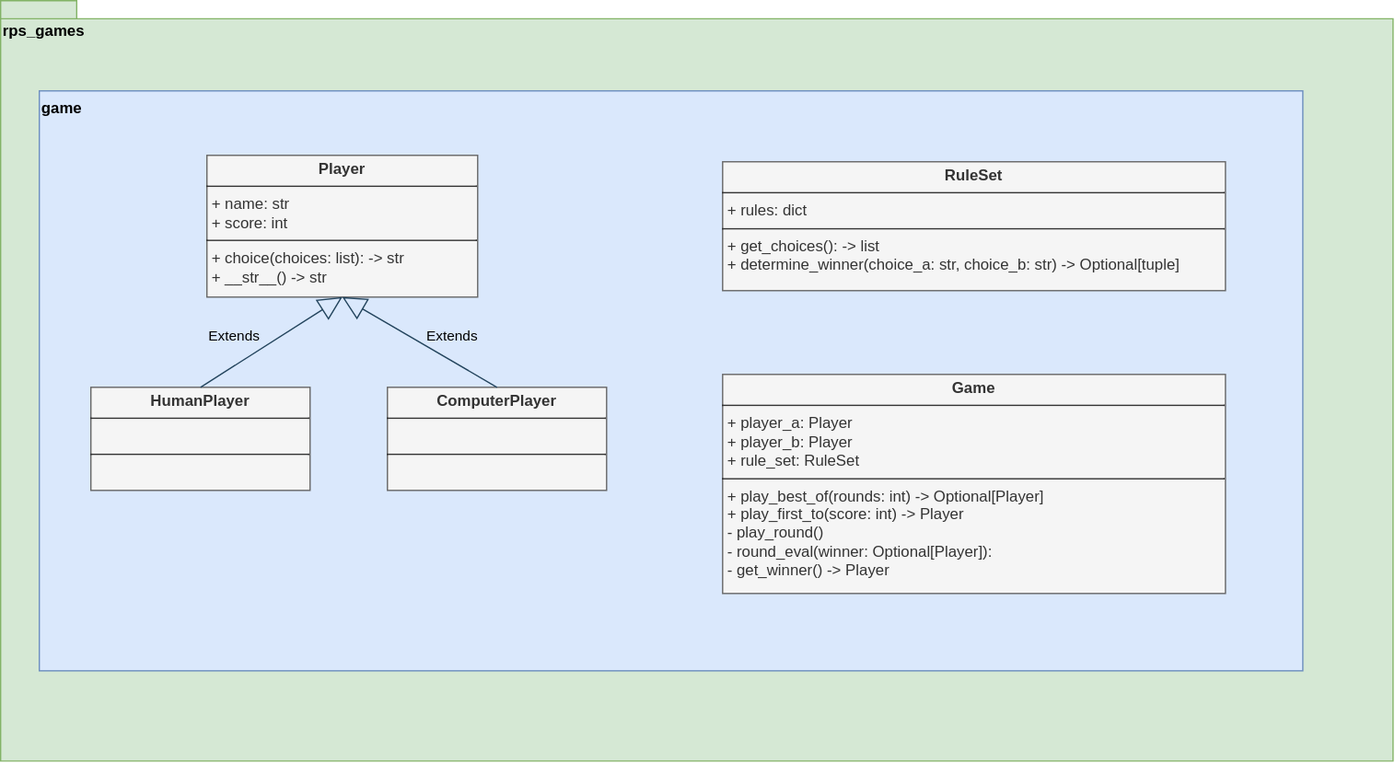
The draw.io diagram docs/diagrams/classes.svg in massimilianobotticelli/rock-paper-scissor, before a commit. Source tidied: cells renumbered, new cells last; positions are measured from the earlier drawing's top-left corner, leaving out a move shared by most shapes.
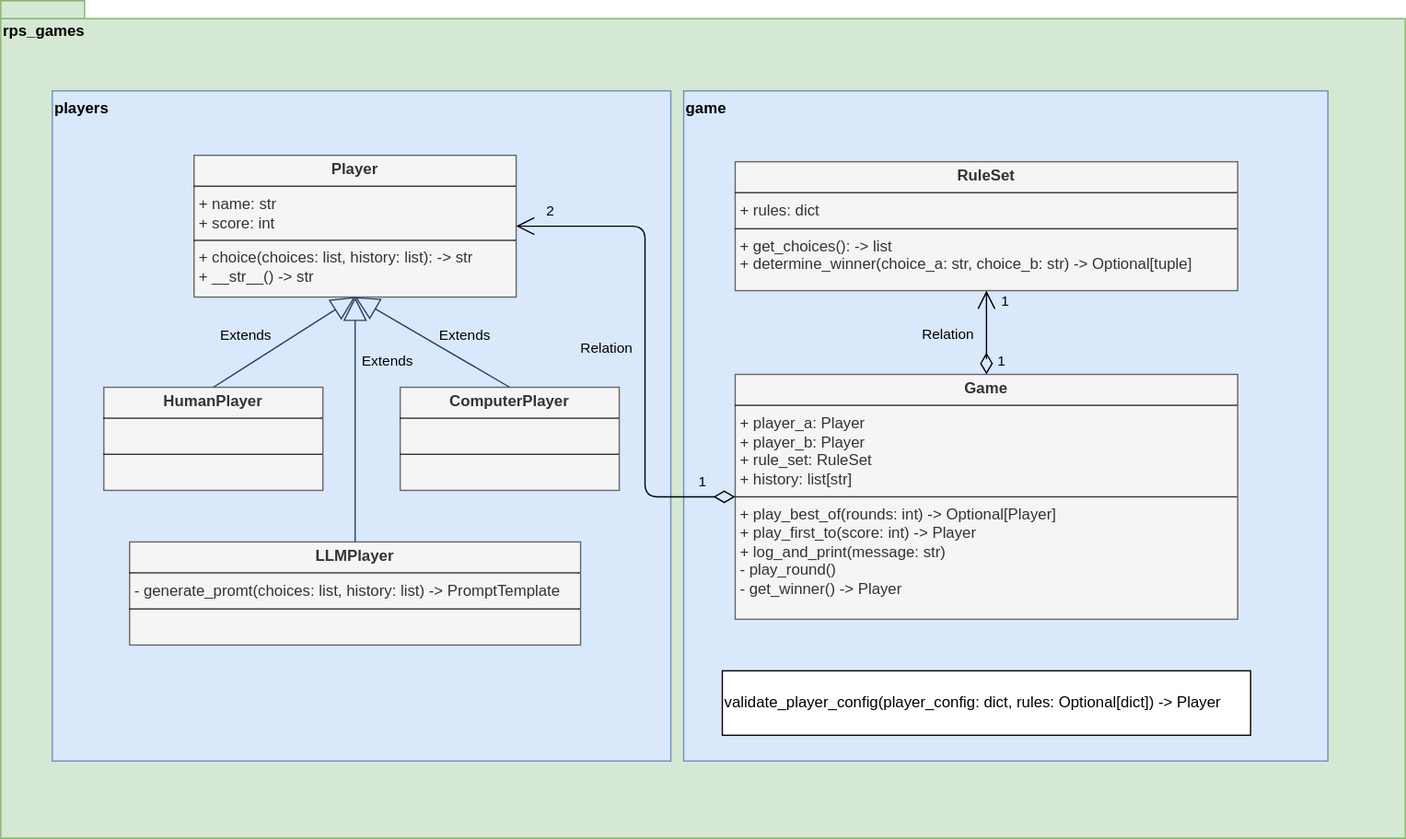
Above is the later version.

What changed in the source:
```diff
@@ -3,16 +3,19 @@
     <mxCell id="0" />
     <mxCell id="1" parent="0" />
     <mxCell id="2" value="rps_games" style="shape=folder;fontStyle=1;spacingTop=10;tabWidth=40;tabHeight=14;tabPosition=left;html=1;whiteSpace=wrap;verticalAlign=top;align=left;fillColor=#d5e8d4;strokeColor=#82b366;" parent="1" vertex="1">
-      <mxGeometry width="1080" height="590" as="geometry" />
+      <mxGeometry x="-10" width="1090" height="650" as="geometry" />
     </mxCell>
+    <mxCell id="11" value="players" style="html=1;whiteSpace=wrap;align=left;verticalAlign=top;fontStyle=1;fillColor=#dae8fc;strokeColor=#6c8ebf;" parent="1" vertex="1">
+      <mxGeometry x="30" y="70" width="480" height="520" as="geometry" />
+    </mxCell>
     <mxCell id="3" value="game" style="html=1;whiteSpace=wrap;align=left;verticalAlign=top;fontStyle=1;fillColor=#dae8fc;strokeColor=#6c8ebf;" parent="1" vertex="1">
-      <mxGeometry x="30" y="70" width="980" height="450" as="geometry" />
+      <mxGeometry x="520" y="70" width="500" height="520" as="geometry" />
     </mxCell>
     <mxCell id="4" value="&lt;p style=&quot;margin:0px;margin-top:4px;text-align:center;&quot;&gt;&lt;b&gt;RuleSet&lt;/b&gt;&lt;/p&gt;&lt;hr size=&quot;1&quot; style=&quot;border-style:solid;&quot;&gt;&lt;p style=&quot;margin:0px;margin-left:4px;&quot;&gt;+ rules: dict&lt;/p&gt;&lt;hr size=&quot;1&quot; style=&quot;border-style:solid;&quot;&gt;&lt;p style=&quot;margin:0px;margin-left:4px;&quot;&gt;+ get_choices(): -&amp;gt; list&lt;/p&gt;&lt;p style=&quot;margin:0px;margin-left:4px;&quot;&gt;+ determine_winner(choice_a: str, choice_b: str) -&amp;gt; Optional[tuple]&lt;/p&gt;" style="verticalAlign=top;align=left;overflow=fill;html=1;whiteSpace=wrap;fillColor=#f5f5f5;strokeColor=#666666;fontColor=#333333;" parent="1" vertex="1">
       <mxGeometry x="560" y="125" width="390" height="100" as="geometry" />
     </mxCell>
-    <mxCell id="5" value="&lt;p style=&quot;margin:0px;margin-top:4px;text-align:center;&quot;&gt;&lt;b&gt;Player&lt;/b&gt;&lt;/p&gt;&lt;hr size=&quot;1&quot; style=&quot;border-style:solid;&quot;&gt;&lt;p style=&quot;margin:0px;margin-left:4px;&quot;&gt;+ name: str&lt;/p&gt;&lt;p style=&quot;margin:0px;margin-left:4px;&quot;&gt;+ score: int&lt;/p&gt;&lt;hr size=&quot;1&quot; style=&quot;border-style:solid;&quot;&gt;&lt;p style=&quot;margin:0px;margin-left:4px;&quot;&gt;+ choice(choices: list): -&amp;gt; str&lt;/p&gt;&lt;p style=&quot;margin:0px;margin-left:4px;&quot;&gt;+ __str__() -&amp;gt; str&lt;/p&gt;" style="verticalAlign=top;align=left;overflow=fill;html=1;whiteSpace=wrap;fillColor=#f5f5f5;strokeColor=#666666;fontColor=#333333;" parent="1" vertex="1">
-      <mxGeometry x="160" y="120" width="210" height="110" as="geometry" />
+    <mxCell id="5" value="&lt;p style=&quot;margin:0px;margin-top:4px;text-align:center;&quot;&gt;&lt;b&gt;Player&lt;/b&gt;&lt;/p&gt;&lt;hr size=&quot;1&quot; style=&quot;border-style:solid;&quot;&gt;&lt;p style=&quot;margin:0px;margin-left:4px;&quot;&gt;+ name: str&lt;/p&gt;&lt;p style=&quot;margin:0px;margin-left:4px;&quot;&gt;+ score: int&lt;/p&gt;&lt;hr size=&quot;1&quot; style=&quot;border-style:solid;&quot;&gt;&lt;p style=&quot;margin:0px;margin-left:4px;&quot;&gt;+ choice(choices: list, history: list): -&amp;gt; str&lt;/p&gt;&lt;p style=&quot;margin:0px;margin-left:4px;&quot;&gt;+ __str__() -&amp;gt; str&lt;/p&gt;" style="verticalAlign=top;align=left;overflow=fill;html=1;whiteSpace=wrap;fillColor=#f5f5f5;strokeColor=#666666;fontColor=#333333;" parent="1" vertex="1">
+      <mxGeometry x="140" y="120" width="250" height="110" as="geometry" />
     </mxCell>
     <mxCell id="6" value="&lt;p style=&quot;margin:0px;margin-top:4px;text-align:center;&quot;&gt;&lt;b&gt;HumanPlayer&lt;/b&gt;&lt;/p&gt;&lt;hr size=&quot;1&quot; style=&quot;border-style:solid;&quot;&gt;&lt;p style=&quot;margin:0px;margin-left:4px;&quot;&gt;&lt;br&gt;&lt;/p&gt;&lt;hr size=&quot;1&quot; style=&quot;border-style:solid;&quot;&gt;&lt;p style=&quot;margin:0px;margin-left:4px;&quot;&gt;&lt;br&gt;&lt;/p&gt;" style="verticalAlign=top;align=left;overflow=fill;html=1;whiteSpace=wrap;fillColor=#f5f5f5;strokeColor=#666666;fontColor=#333333;" parent="1" vertex="1">
       <mxGeometry x="70" y="300" width="170" height="80" as="geometry" />
@@ -26,8 +29,55 @@
     <mxCell id="9" value="Extends" style="endArrow=block;endSize=16;endFill=0;html=1;exitX=0.5;exitY=0;exitDx=0;exitDy=0;entryX=0.5;entryY=1;entryDx=0;entryDy=0;fillColor=#bac8d3;strokeColor=#23445d;labelBackgroundColor=none;" parent="1" edge="1" source="7" target="5">
       <mxGeometry x="-0.27" y="-17" relative="1" as="geometry" />
     </mxCell>
-    <mxCell id="10" value="&lt;p style=&quot;margin:0px;margin-top:4px;text-align:center;&quot;&gt;&lt;b&gt;Game&lt;/b&gt;&lt;/p&gt;&lt;hr size=&quot;1&quot; style=&quot;border-style:solid;&quot;&gt;&lt;p style=&quot;margin:0px;margin-left:4px;&quot;&gt;+ player_a: Player&lt;/p&gt;&lt;p style=&quot;margin:0px;margin-left:4px;&quot;&gt;+ player_b: Player&lt;/p&gt;&lt;p style=&quot;margin:0px;margin-left:4px;&quot;&gt;+ rule_set: RuleSet&lt;/p&gt;&lt;hr size=&quot;1&quot; style=&quot;border-style:solid;&quot;&gt;&lt;p style=&quot;margin:0px;margin-left:4px;&quot;&gt;&lt;span style=&quot;background-color: transparent;&quot;&gt;+ play_best_of(rounds: int) -&amp;gt; Optional[Player]&lt;/span&gt;&lt;/p&gt;&lt;p style=&quot;margin:0px;margin-left:4px;&quot;&gt;+ play_first_to(score: int) -&amp;gt; Player&lt;/p&gt;&lt;p style=&quot;margin:0px;margin-left:4px;&quot;&gt;- play_round()&lt;/p&gt;&lt;p style=&quot;margin: 0px 0px 0px 4px;&quot;&gt;- round_eval(winner: Optional[Player]):&lt;/p&gt;&lt;p style=&quot;margin: 0px 0px 0px 4px;&quot;&gt;- get_winner() -&amp;gt; Player&lt;/p&gt;&lt;p style=&quot;margin:0px;margin-left:4px;&quot;&gt;&lt;br&gt;&lt;/p&gt;" style="verticalAlign=top;align=left;overflow=fill;html=1;whiteSpace=wrap;fillColor=#f5f5f5;strokeColor=#666666;fontColor=#333333;" parent="1" vertex="1">
-      <mxGeometry x="560" y="290" width="390" height="170" as="geometry" />
+    <mxCell id="10" value="&lt;p style=&quot;margin:0px;margin-top:4px;text-align:center;&quot;&gt;&lt;b&gt;Game&lt;/b&gt;&lt;/p&gt;&lt;hr size=&quot;1&quot; style=&quot;border-style:solid;&quot;&gt;&lt;p style=&quot;margin:0px;margin-left:4px;&quot;&gt;+ player_a: Player&lt;/p&gt;&lt;p style=&quot;margin:0px;margin-left:4px;&quot;&gt;+ player_b: Player&lt;/p&gt;&lt;p style=&quot;margin:0px;margin-left:4px;&quot;&gt;+ rule_set: RuleSet&lt;/p&gt;&lt;p style=&quot;margin:0px;margin-left:4px;&quot;&gt;+ history: list[str]&lt;/p&gt;&lt;hr size=&quot;1&quot; style=&quot;border-style:solid;&quot;&gt;&lt;p style=&quot;margin:0px;margin-left:4px;&quot;&gt;&lt;span style=&quot;background-color: transparent;&quot;&gt;+ play_best_of(rounds: int) -&amp;gt; Optional[Player]&lt;/span&gt;&lt;/p&gt;&lt;p style=&quot;margin:0px;margin-left:4px;&quot;&gt;+ play_first_to(score: int) -&amp;gt; Player&lt;/p&gt;&lt;p style=&quot;margin:0px;margin-left:4px;&quot;&gt;+ log_and_print(message: str)&lt;/p&gt;&lt;p style=&quot;margin:0px;margin-left:4px;&quot;&gt;- play_round()&lt;/p&gt;&lt;p style=&quot;margin: 0px 0px 0px 4px;&quot;&gt;&lt;span style=&quot;background-color: transparent;&quot;&gt;- get_winner() -&amp;gt; Player&lt;/span&gt;&lt;/p&gt;&lt;p style=&quot;margin:0px;margin-left:4px;&quot;&gt;&lt;br&gt;&lt;/p&gt;" style="verticalAlign=top;align=left;overflow=fill;html=1;whiteSpace=wrap;fillColor=#f5f5f5;strokeColor=#666666;fontColor=#333333;" parent="1" vertex="1">
+      <mxGeometry x="560" y="290" width="390" height="190" as="geometry" />
     </mxCell>
+    <mxCell id="12" value="&lt;p style=&quot;margin:0px;margin-top:4px;text-align:center;&quot;&gt;&lt;b&gt;LLMPlayer&lt;/b&gt;&lt;/p&gt;&lt;hr size=&quot;1&quot; style=&quot;border-style:solid;&quot;&gt;&lt;p style=&quot;margin:0px;margin-left:4px;&quot;&gt;- generate_promt(choices: list, history: list) -&amp;gt; PromptTemplate&lt;/p&gt;&lt;hr size=&quot;1&quot; style=&quot;border-style:solid;&quot;&gt;&lt;p style=&quot;margin:0px;margin-left:4px;&quot;&gt;&lt;br&gt;&lt;/p&gt;" style="verticalAlign=top;align=left;overflow=fill;html=1;whiteSpace=wrap;fillColor=#f5f5f5;strokeColor=#666666;fontColor=#333333;" parent="1" vertex="1">
+      <mxGeometry x="90" y="420" width="350" height="80" as="geometry" />
+    </mxCell>
+    <mxCell id="13" value="Extends" style="endArrow=block;endSize=16;endFill=0;html=1;exitX=0.5;exitY=0;exitDx=0;exitDy=0;fillColor=#bac8d3;strokeColor=#23445d;labelBackgroundColor=none;" parent="1" edge="1" source="12">
+      <mxGeometry x="0.47" y="-25" relative="1" as="geometry">
+        <mxPoint x="265" y="230" as="targetPoint" />
+      </mxGeometry>
+    </mxCell>
+    <mxCell id="14" value="validate_player_config(player_config: dict, rules: Optional[dict]) -&amp;gt; Player" style="html=1;whiteSpace=wrap;align=left;" parent="1" vertex="1">
+      <mxGeometry x="550" y="520" width="410" height="50" as="geometry" />
+    </mxCell>
+    <mxCell id="15" value="Relation" style="endArrow=open;html=1;endSize=12;startArrow=diamondThin;startSize=14;startFill=0;edgeStyle=orthogonalEdgeStyle;entryX=1;entryY=0.5;entryDx=0;entryDy=0;exitX=0;exitY=0.5;exitDx=0;exitDy=0;fontColor=default;labelBackgroundColor=none;" parent="1" edge="1" source="10" target="5">
+      <mxGeometry x="-0.03" y="30" relative="1" as="geometry">
+        <Array as="points">
+          <mxPoint x="490" y="385" />
+          <mxPoint x="490" y="175" />
+        </Array>
+      </mxGeometry>
+    </mxCell>
+    <mxCell id="16" value="1" style="edgeLabel;html=1;align=left;verticalAlign=top;labelBackgroundColor=none;" parent="15" vertex="1">
+      <mxGeometry x="-1" relative="1" as="geometry">
+        <mxPoint x="-30" y="-25" as="offset" />
+      </mxGeometry>
+    </mxCell>
+    <mxCell id="17" value="2" style="edgeLabel;html=1;align=right;verticalAlign=top;labelBackgroundColor=none;" parent="15" vertex="1">
+      <mxGeometry x="1" relative="1" as="geometry">
+        <mxPoint x="30" y="-25" as="offset" />
+      </mxGeometry>
+    </mxCell>
+    <mxCell id="18" value="Relation" style="endArrow=open;html=1;endSize=12;startArrow=diamondThin;startSize=14;startFill=0;edgeStyle=orthogonalEdgeStyle;entryX=0.5;entryY=1;entryDx=0;entryDy=0;exitX=0.5;exitY=0;exitDx=0;exitDy=0;fontColor=default;labelBackgroundColor=none;" parent="1" edge="1" source="10" target="4">
+      <mxGeometry x="-0.03" y="30" relative="1" as="geometry">
+        <Array as="points">
+          <mxPoint x="755" y="280" />
+          <mxPoint x="755" y="280" />
+        </Array>
+      </mxGeometry>
+    </mxCell>
+    <mxCell id="19" value="1" style="edgeLabel;html=1;align=left;verticalAlign=top;labelBackgroundColor=none;" parent="18" vertex="1">
+      <mxGeometry x="-1" relative="1" as="geometry">
+        <mxPoint x="7" y="-23" as="offset" />
+      </mxGeometry>
+    </mxCell>
+    <mxCell id="20" value="1" style="edgeLabel;html=1;align=right;verticalAlign=top;labelBackgroundColor=none;" parent="18" vertex="1">
+      <mxGeometry x="1" relative="1" as="geometry">
+        <mxPoint x="18" y="-5" as="offset" />
+      </mxGeometry>
+    </mxCell>
   </root>
 </mxGraphModel>
```
